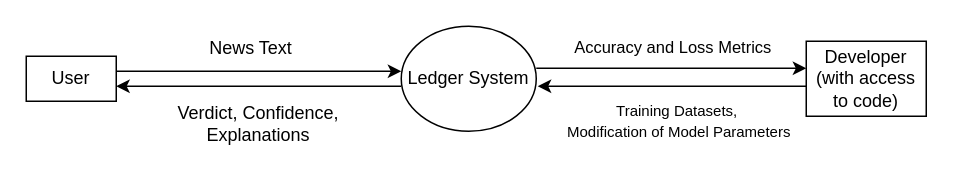
Earlier version of the draw.io diagram diagrams/DFD_0.drawio (aravindanirudh/csd-415-project-phase-1-presentation-and-report). Source tidied: cells renumbered, new cells numbered last; positions are measured from the earlier drawing's top-left corner, leaving out a move shared by most shapes. Both pictures are drawn from the tidied source at 150%, with x=0, y=0 at pixel (26, 26).
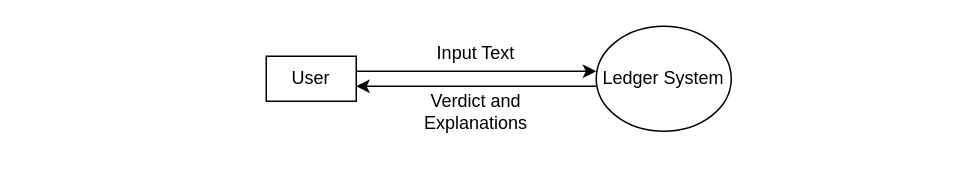
The same page after the edit.

The edit, as a diff of the source:
```diff
@@
 <mxGraphModel>
   <root>
     <mxCell id="0" />
     <mxCell id="1" parent="0" />
-    <mxCell id="2" style="edgeStyle=orthogonalEdgeStyle;rounded=0;orthogonalLoop=1;jettySize=auto;html=1;exitX=1;exitY=0.5;exitDx=0;exitDy=0;entryX=0;entryY=0.5;entryDx=0;entryDy=0;startArrow=none;startFill=0;" parent="1" edge="1">
-      <mxGeometry relative="1" as="geometry">
-        <mxPoint x="340" y="28" as="sourcePoint" />
-        <mxPoint x="520" y="28" as="targetPoint" />
-      </mxGeometry>
-    </mxCell>
-    <mxCell id="3" value="Accuracy and Loss Metrics" style="edgeLabel;html=1;align=center;verticalAlign=middle;" parent="2" vertex="1">
-      <mxGeometry x="-0.31" relative="1" as="geometry">
-        <mxPoint x="28" y="-15" as="offset" />
-      </mxGeometry>
-    </mxCell>
-    <mxCell id="4" value="&lt;font style=&quot;font-size: 10px;&quot;&gt;Training Datasets,&amp;nbsp;&lt;/font&gt;&lt;div&gt;&lt;font style=&quot;font-size: 10px;&quot;&gt;Modification of Model Parameters&lt;/font&gt;&lt;/div&gt;" style="edgeLabel;html=1;align=center;verticalAlign=middle;" parent="2" vertex="1">
-      <mxGeometry x="-0.31" relative="1" as="geometry">
-        <mxPoint x="32" y="34" as="offset" />
-      </mxGeometry>
-    </mxCell>
     <mxCell id="5" value="Ledger System" style="ellipse;whiteSpace=wrap;html=1;shapeInside=1;" parent="1" vertex="1">
-      <mxGeometry x="250" width="90" height="70" as="geometry" />
+      <mxGeometry x="380" width="90" height="70" as="geometry" />
     </mxCell>
-    <mxCell id="6" style="edgeStyle=orthogonalEdgeStyle;rounded=0;orthogonalLoop=1;jettySize=auto;html=1;exitX=1;exitY=0.5;exitDx=0;exitDy=0;entryX=0;entryY=0.5;entryDx=0;entryDy=0;startArrow=none;startFill=0;" parent="1" edge="1">
+    <mxCell id="6" style="edgeStyle=orthogonalEdgeStyle;rounded=0;orthogonalLoop=1;jettySize=auto;html=1;exitX=1;exitY=0.5;exitDx=0;exitDy=0;startArrow=none;startFill=0;" parent="1" edge="1">
       <mxGeometry relative="1" as="geometry">
-        <mxPoint x="60" y="30" as="sourcePoint" />
-        <mxPoint x="250" y="30" as="targetPoint" />
+        <mxPoint x="220" y="30" as="sourcePoint" />
+        <mxPoint x="380" y="30" as="targetPoint" />
       </mxGeometry>
     </mxCell>
     <mxCell id="7" value="User" style="rounded=0;whiteSpace=wrap;html=1;" parent="1" vertex="1">
-      <mxGeometry y="20" width="60" height="30" as="geometry" />
+      <mxGeometry x="160" y="20" width="60" height="30" as="geometry" />
     </mxCell>
-    <mxCell id="8" value="Developer (with access to code)" style="rounded=0;whiteSpace=wrap;html=1;" parent="1" vertex="1">
-      <mxGeometry x="520" y="10" width="80" height="50" as="geometry" />
-    </mxCell>
-    <mxCell id="9" value="News Text" style="text;html=1;whiteSpace=wrap;strokeColor=none;fillColor=none;align=center;verticalAlign=middle;rounded=0;" parent="1" vertex="1">
-      <mxGeometry x="120" width="60" height="30" as="geometry" />
+    <mxCell id="9" value="Input Text" style="text;html=1;whiteSpace=wrap;strokeColor=none;fillColor=none;align=center;verticalAlign=middle;rounded=0;" parent="1" vertex="1">
+      <mxGeometry x="270" y="3" width="60" height="30" as="geometry" />
     </mxCell>
-    <mxCell id="10" value="Verdict, Confidence, Explanations" style="text;html=1;whiteSpace=wrap;strokeColor=none;fillColor=none;align=center;verticalAlign=middle;rounded=0;" parent="1" vertex="1">
-      <mxGeometry x="95" y="50" width="120" height="30" as="geometry" />
+    <mxCell id="10" value="Verdict and Explanations" style="text;html=1;whiteSpace=wrap;strokeColor=none;fillColor=none;align=center;verticalAlign=middle;rounded=0;" parent="1" vertex="1">
+      <mxGeometry x="240" y="42" width="120" height="30" as="geometry" />
     </mxCell>
-    <mxCell id="11" style="edgeStyle=orthogonalEdgeStyle;rounded=0;orthogonalLoop=1;jettySize=auto;html=1;exitX=1;exitY=0.5;exitDx=0;exitDy=0;entryX=0;entryY=0.5;entryDx=0;entryDy=0;startArrow=classic;startFill=1;endArrow=none;endFill=0;" parent="1" edge="1">
+    <mxCell id="11" style="edgeStyle=orthogonalEdgeStyle;rounded=0;orthogonalLoop=1;jettySize=auto;html=1;exitX=1;exitY=0.5;exitDx=0;exitDy=0;startArrow=classic;startFill=1;endArrow=none;endFill=0;" parent="1" edge="1">
       <mxGeometry relative="1" as="geometry">
-        <mxPoint x="60" y="40" as="sourcePoint" />
-        <mxPoint x="250" y="40" as="targetPoint" />
+        <mxPoint x="220" y="40" as="sourcePoint" />
+        <mxPoint x="380" y="40" as="targetPoint" />
       </mxGeometry>
     </mxCell>
-    <mxCell id="12" style="edgeStyle=orthogonalEdgeStyle;rounded=0;jettySize=auto;html=1;exitX=1.011;exitY=0.571;exitDx=0;exitDy=0;entryX=0;entryY=0.5;entryDx=0;entryDy=0;startArrow=classic;startFill=1;endArrow=none;endFill=0;exitPerimeter=0;" parent="1" edge="1" source="5">
-      <mxGeometry relative="1" as="geometry">
-        <mxPoint x="520" y="40" as="targetPoint" />
-      </mxGeometry>
-    </mxCell>
   </root>
 </mxGraphModel>
```
